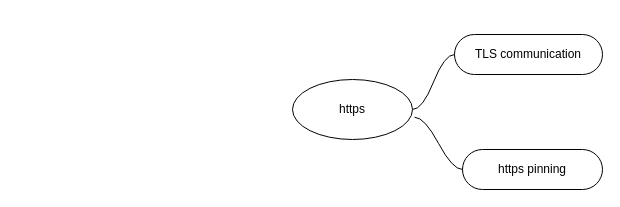
Before: https.drawio in dev4mobile/diagrams, a draw.io diagram. Source tidied: cells renumbered, new cells numbered last; positions are measured from the earlier drawing's top-left corner, leaving out a move shared by most shapes. Both pictures are drawn from the tidied source at 100%, with x=0, y=0 at pixel (292, 34).
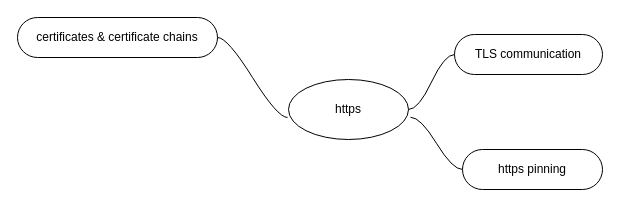
Above is the later version.

The edit, as a diff of the source:
```diff
@@
 <mxGraphModel>
   <root>
     <mxCell id="0" />
     <mxCell id="1" parent="0" />
     <mxCell id="2" value="https" style="ellipse;whiteSpace=wrap;html=1;align=center;newEdgeStyle={&quot;edgeStyle&quot;:&quot;entityRelationEdgeStyle&quot;,&quot;startArrow&quot;:&quot;none&quot;,&quot;endArrow&quot;:&quot;none&quot;,&quot;segment&quot;:10,&quot;curved&quot;:1};" parent="1" vertex="1">
-      <mxGeometry y="45" width="120" height="60" as="geometry" />
+      <mxGeometry x="-4" y="45" width="120" height="60" as="geometry" />
     </mxCell>
     <mxCell id="3" value="TLS communication" style="whiteSpace=wrap;html=1;rounded=1;arcSize=50;align=center;verticalAlign=middle;strokeWidth=1;spacing=4;newEdgeStyle={&quot;edgeStyle&quot;:&quot;entityRelationEdgeStyle&quot;,&quot;startArrow&quot;:&quot;none&quot;,&quot;endArrow&quot;:&quot;none&quot;,&quot;segment&quot;:10,&quot;curved&quot;:1};" parent="1" vertex="1">
       <mxGeometry x="162" width="148" height="40" as="geometry" />
     </mxCell>
     <mxCell id="4" style="edgeStyle=entityRelationEdgeStyle;startArrow=none;endArrow=none;segment=10;curved=1;rounded=0;exitX=1;exitY=0.5;exitDx=0;exitDy=0;" parent="1" edge="1" source="2" target="3">
       <mxGeometry relative="1" as="geometry" />
     </mxCell>
     <mxCell id="5" value="https pinning" style="whiteSpace=wrap;html=1;rounded=1;arcSize=50;align=center;verticalAlign=middle;strokeWidth=1;spacing=4;newEdgeStyle={&quot;edgeStyle&quot;:&quot;entityRelationEdgeStyle&quot;,&quot;startArrow&quot;:&quot;none&quot;,&quot;endArrow&quot;:&quot;none&quot;,&quot;segment&quot;:10,&quot;curved&quot;:1};" parent="1" vertex="1">
       <mxGeometry x="170" y="115" width="140" height="40" as="geometry" />
     </mxCell>
     <mxCell id="6" style="edgeStyle=entityRelationEdgeStyle;startArrow=none;endArrow=none;segment=10;curved=1;rounded=0;exitX=1.017;exitY=0.629;exitDx=0;exitDy=0;exitPerimeter=0;" parent="1" edge="1" source="2" target="5">
       <mxGeometry relative="1" as="geometry" />
     </mxCell>
+    <mxCell id="7" value="certificates &amp;amp; certificate chains&lt;br&gt;" style="whiteSpace=wrap;html=1;rounded=1;arcSize=50;align=center;verticalAlign=middle;strokeWidth=1;spacing=4;newEdgeStyle={&quot;edgeStyle&quot;:&quot;entityRelationEdgeStyle&quot;,&quot;startArrow&quot;:&quot;none&quot;,&quot;endArrow&quot;:&quot;none&quot;,&quot;segment&quot;:10,&quot;curved&quot;:1};" parent="1" vertex="1" collapsed="1">
+      <mxGeometry x="-275" y="-17" width="200" height="40" as="geometry" />
+    </mxCell>
+    <mxCell id="8" style="edgeStyle=entityRelationEdgeStyle;startArrow=none;endArrow=none;segment=10;curved=1;rounded=0;exitX=-0.008;exitY=0.633;exitDx=0;exitDy=0;exitPerimeter=0;" parent="1" edge="1" source="2" target="7">
+      <mxGeometry relative="1" as="geometry" />
+    </mxCell>
   </root>
 </mxGraphModel>
```
